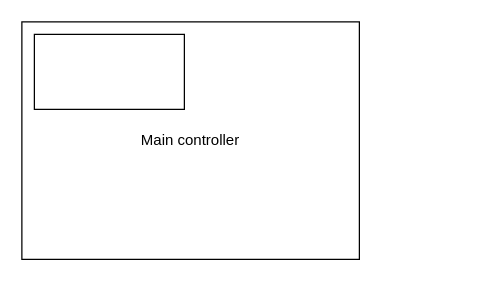
Above: Untitled Diagram.drawio in jimvermunt/jimvermunt (draw.io), before the change. Source tidied: cells renumbered, new cells numbered last; positions are measured from the earlier drawing's top-left corner, leaving out a move shared by most shapes. Both pictures are drawn from the tidied source at 125%, with x=0, y=0 at pixel (21, 21).
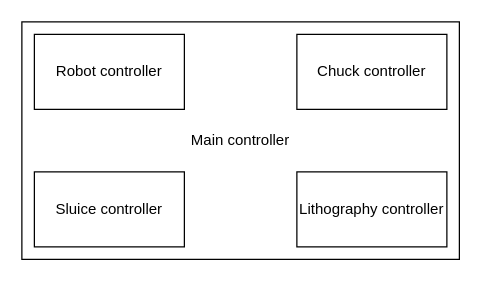
Above is the later version.

Change to the diagram source:
```diff
@@
 <mxGraphModel>
   <root>
     <mxCell id="0" />
     <mxCell id="1" parent="0" />
     <mxCell id="2" value="Main controller" style="rounded=0;whiteSpace=wrap;html=1;" parent="1" vertex="1">
-      <mxGeometry width="270" height="190" as="geometry" />
+      <mxGeometry width="350" height="190" as="geometry" />
     </mxCell>
-    <mxCell id="3" style="rounded=0;whiteSpace=wrap;html=1;" parent="1" vertex="1">
+    <mxCell id="3" value="Robot controller" style="rounded=0;whiteSpace=wrap;html=1;" parent="1" vertex="1">
       <mxGeometry x="10" y="10" width="120" height="60" as="geometry" />
     </mxCell>
+    <mxCell id="4" value="Chuck controller" style="rounded=0;whiteSpace=wrap;html=1;" parent="1" vertex="1">
+      <mxGeometry x="220" y="10" width="120" height="60" as="geometry" />
+    </mxCell>
+    <mxCell id="5" value="&lt;div&gt;Sluice controller&lt;/div&gt;" style="rounded=0;whiteSpace=wrap;html=1;" parent="1" vertex="1">
+      <mxGeometry x="10" y="120" width="120" height="60" as="geometry" />
+    </mxCell>
+    <mxCell id="6" value="Lithography controller" style="rounded=0;whiteSpace=wrap;html=1;" parent="1" vertex="1">
+      <mxGeometry x="220" y="120" width="120" height="60" as="geometry" />
+    </mxCell>
   </root>
 </mxGraphModel>
```
